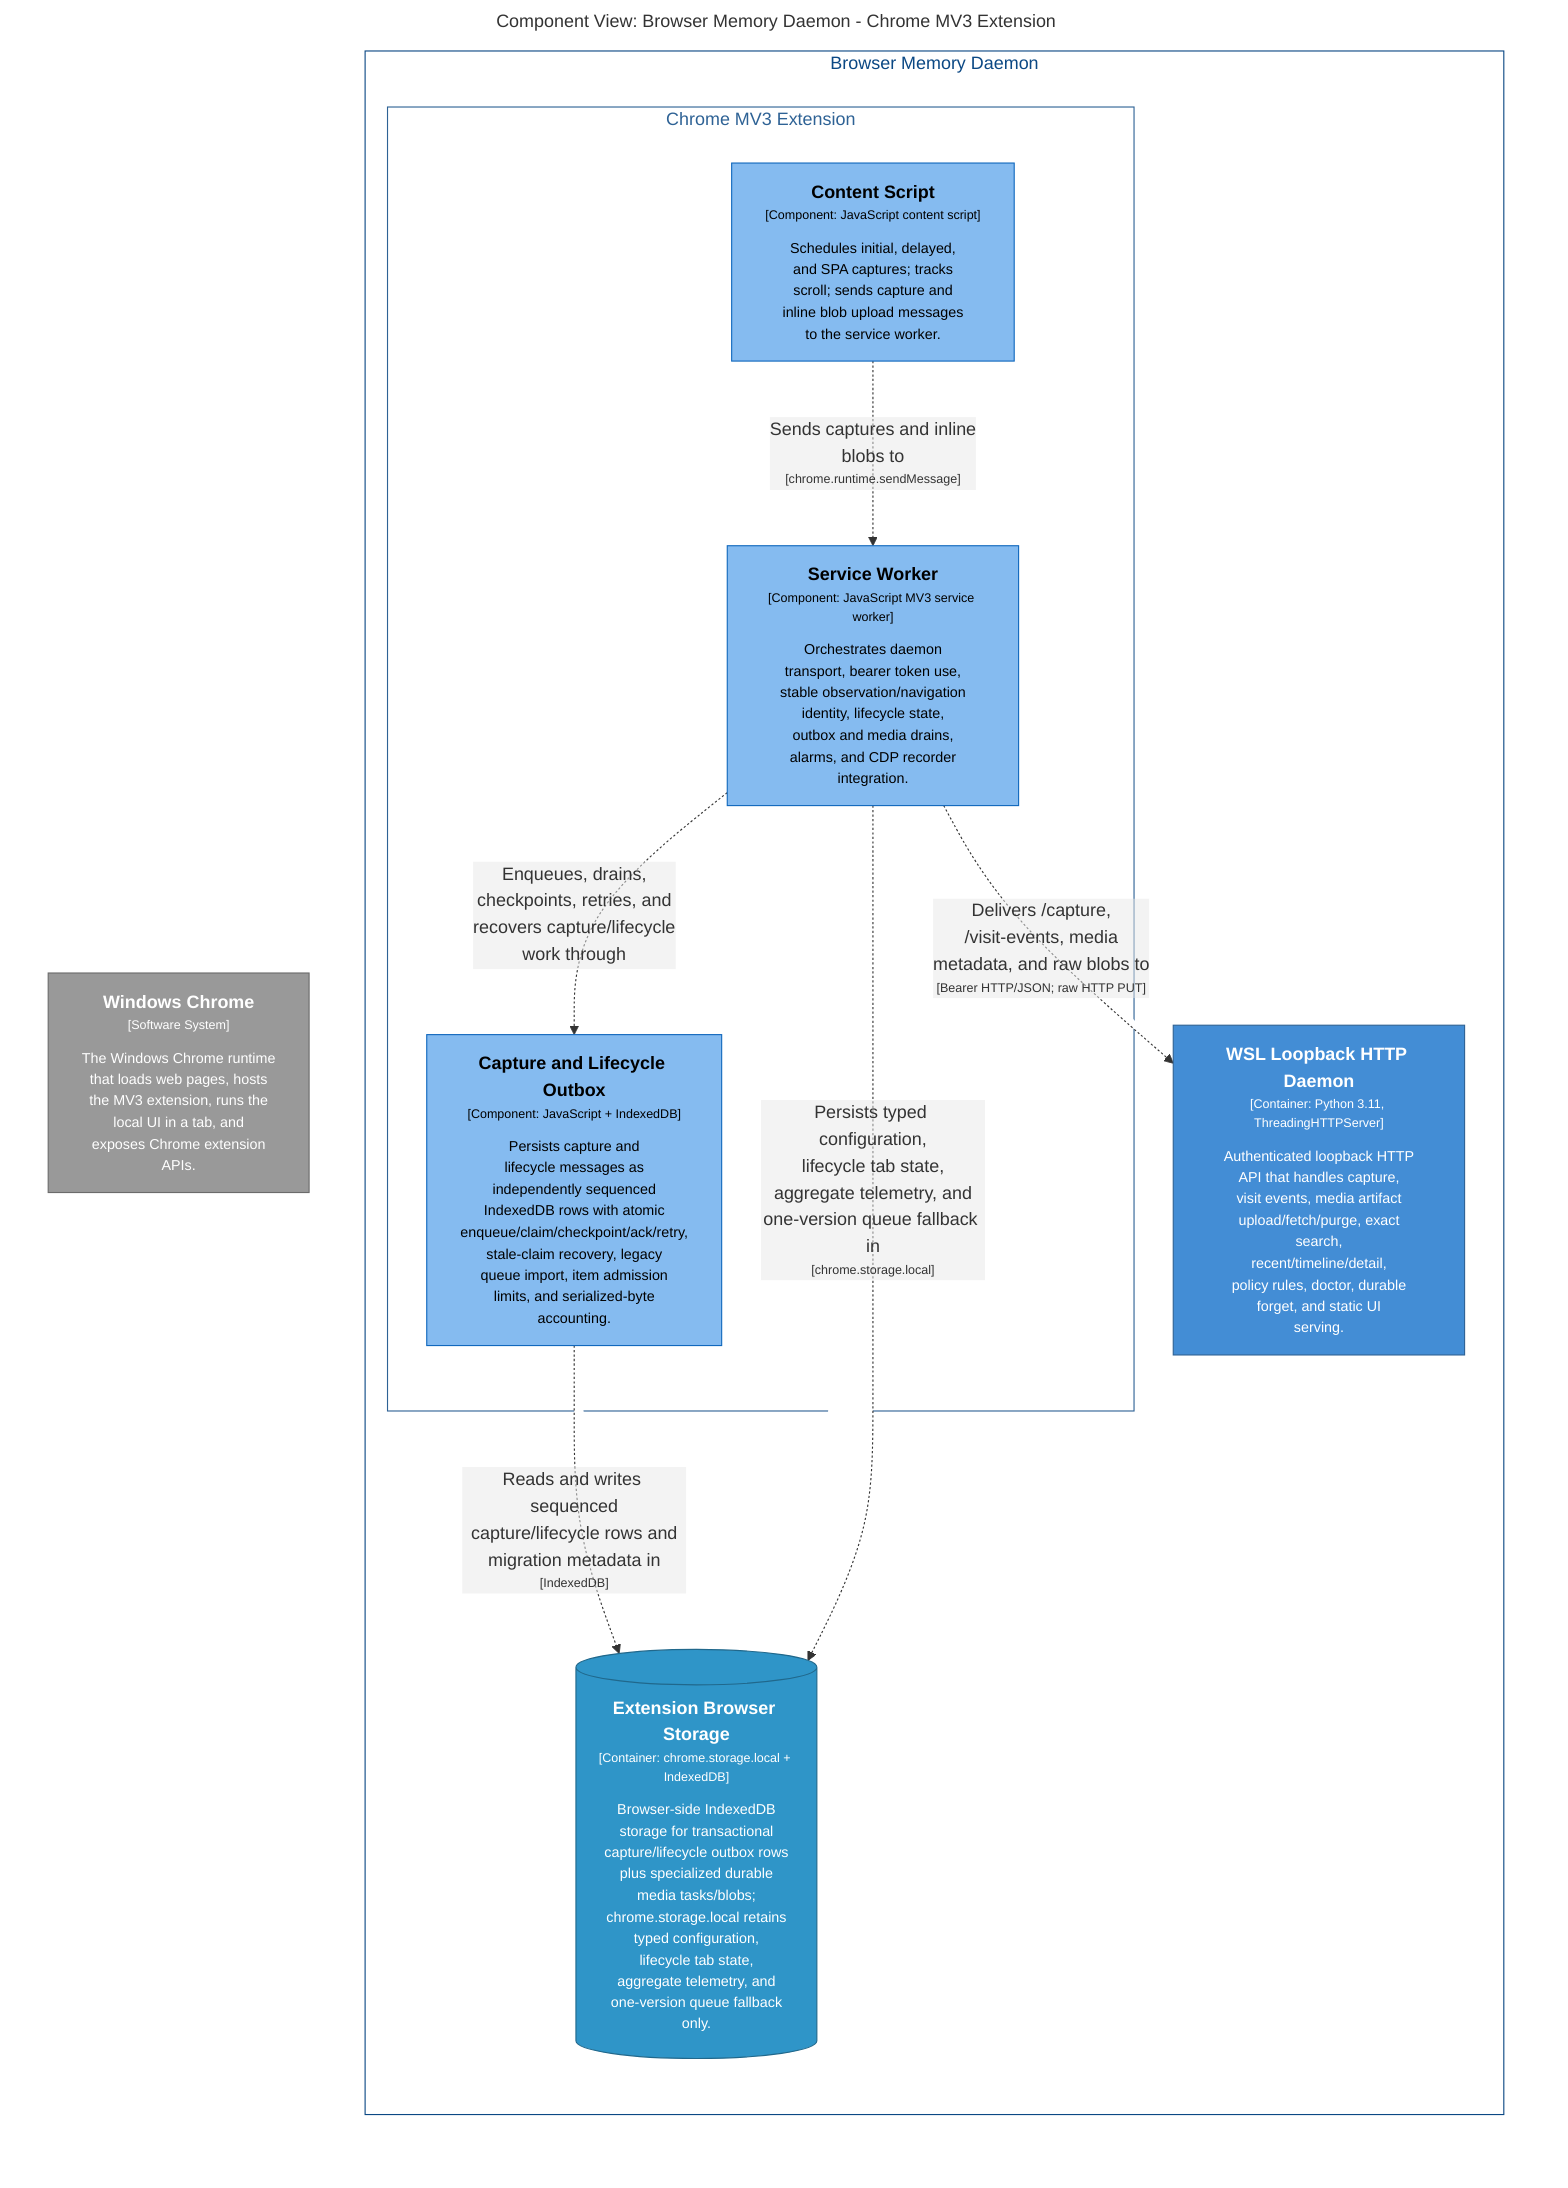
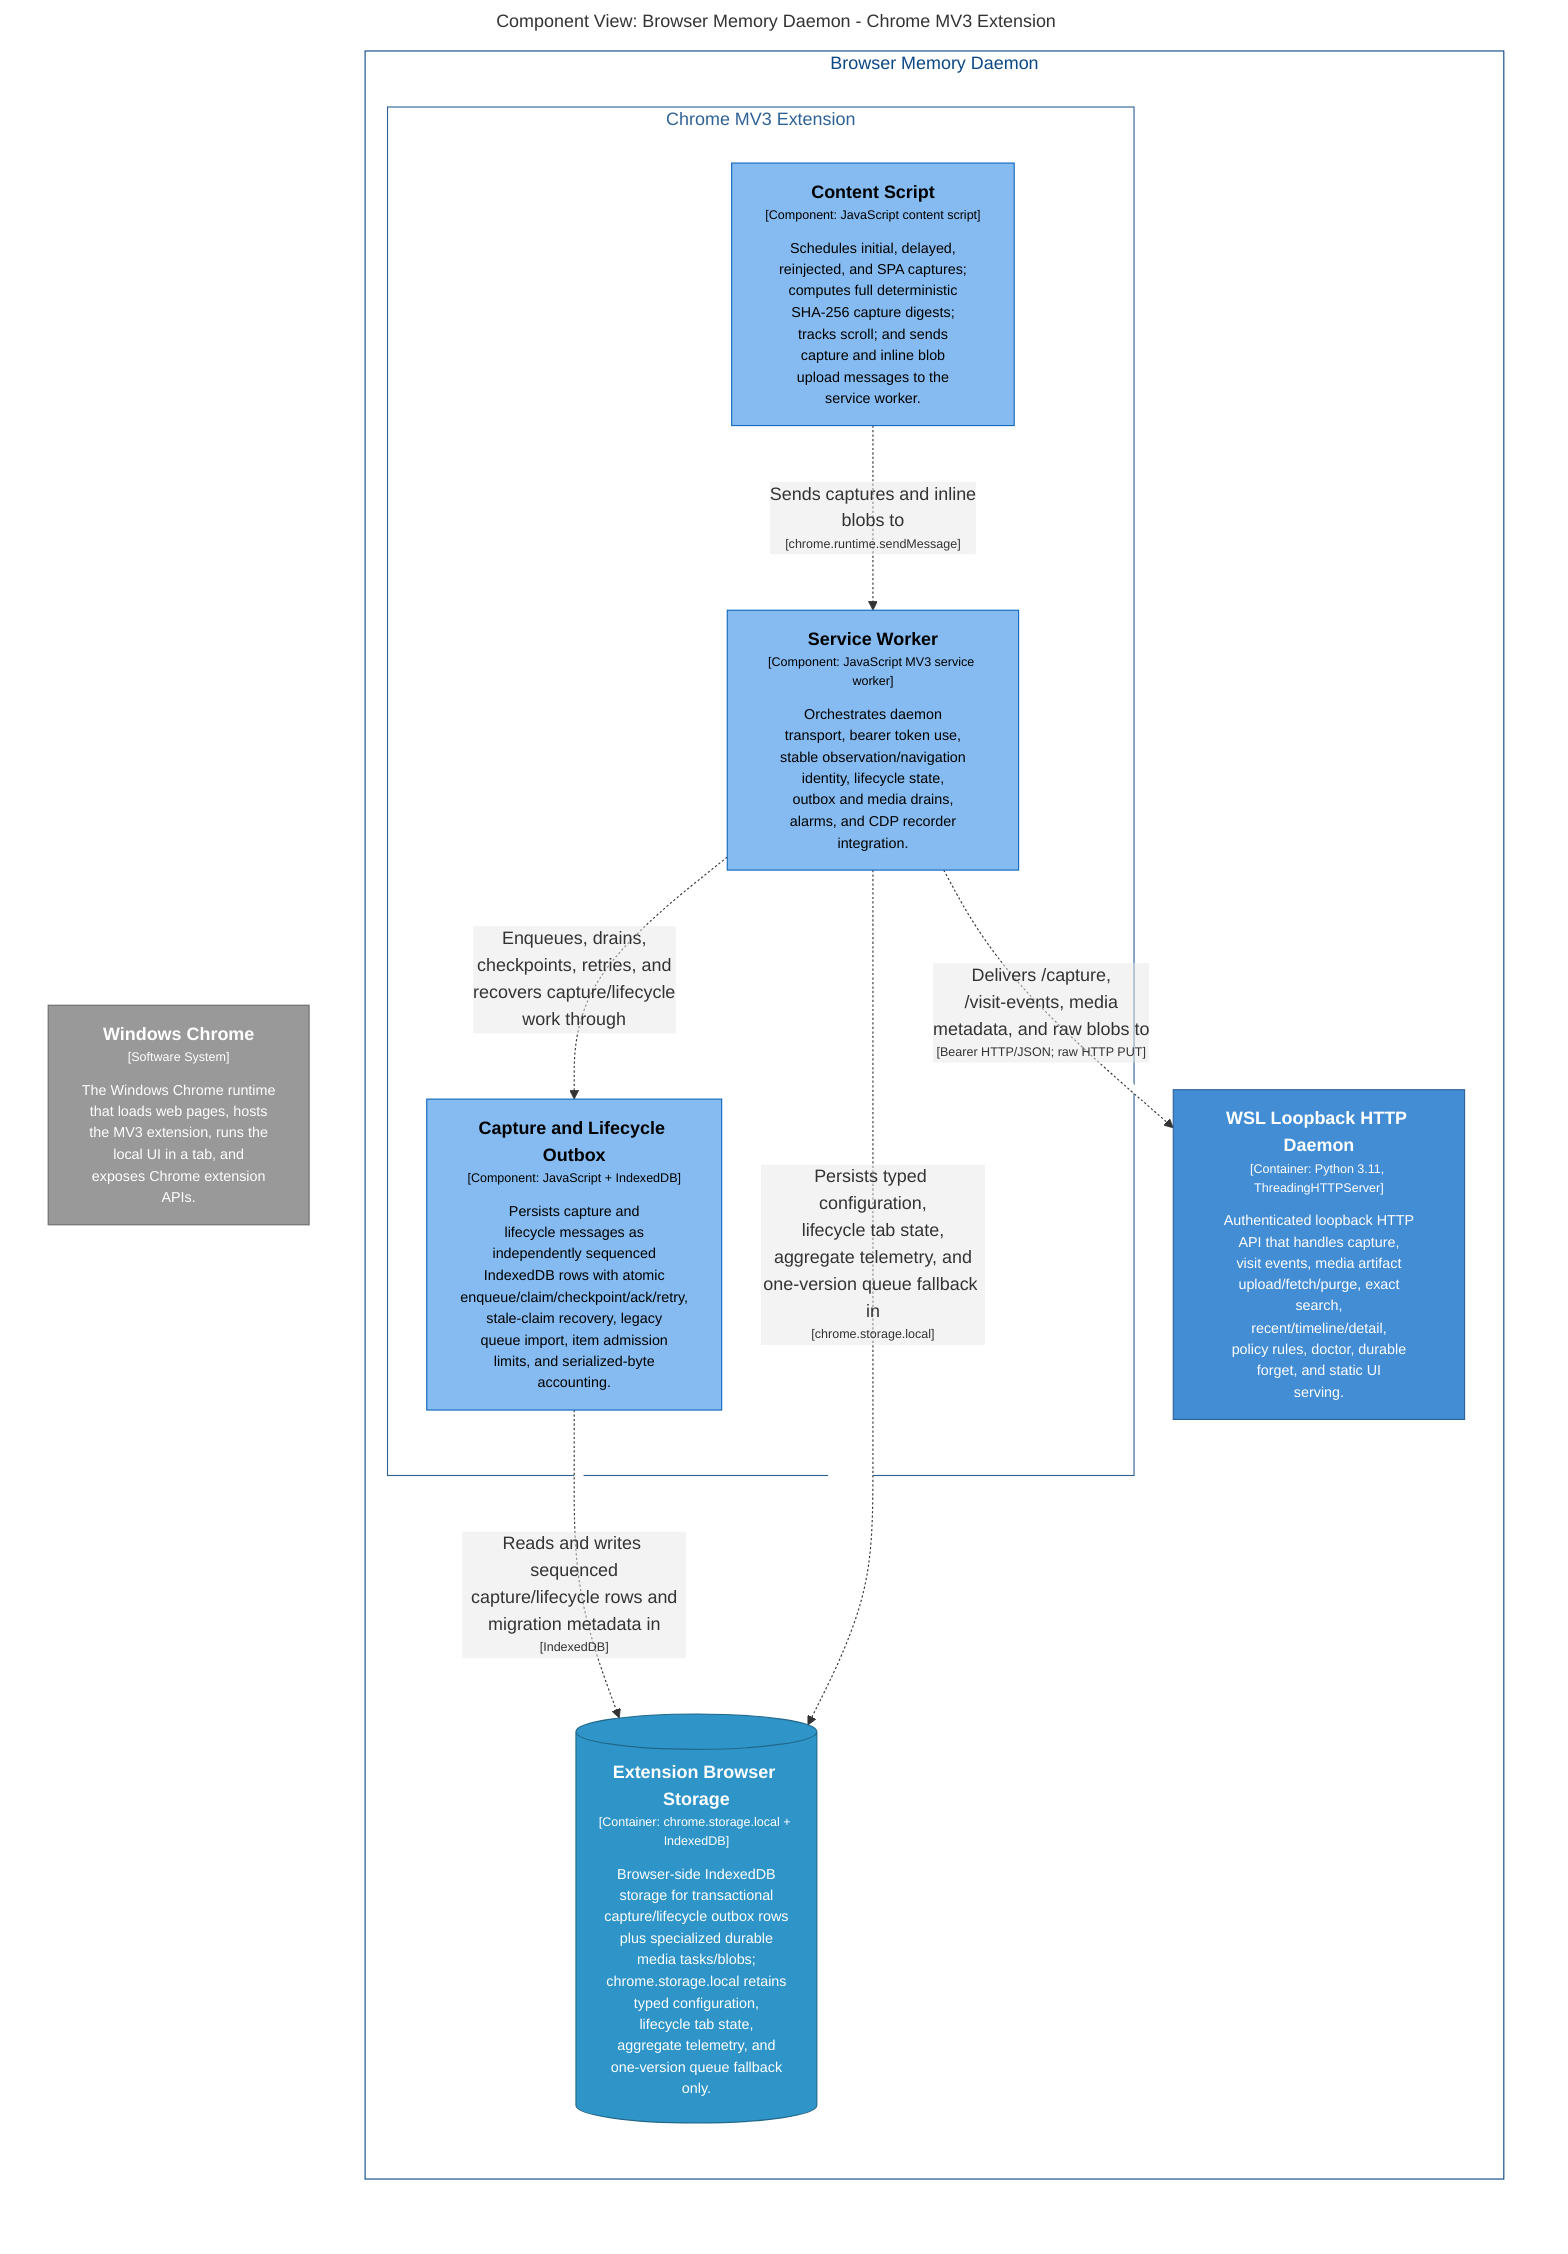
graph LR
  linkStyle default fill:#ffffff

  subgraph diagram ["Component View: Browser Memory Daemon - Chrome MV3 Extension"]
    style diagram fill:#ffffff,stroke:#ffffff

    2["<div style='font-weight: bold'>Windows Chrome</div><div style='font-size: 70%; margin-top: 0px'>[Software System]</div><div style='font-size: 80%; margin-top:10px'>The Windows Chrome runtime<br />that loads web pages, hosts<br />the MV3 extension, runs the<br />local UI in a tab, and<br />exposes Chrome extension<br />APIs.</div>"]
    style 2 fill:#999999,stroke:#6b6b6b,color:#ffffff

    subgraph 4 ["Browser Memory Daemon"]
      style 4 fill:#ffffff,stroke:#0b4884,color:#0b4884

      subgraph 5 ["Chrome MV3 Extension"]
        style 5 fill:#ffffff,stroke:#2e6295,color:#2e6295

        10["<div style='font-weight: bold'>Capture and Lifecycle Outbox</div><div style='font-size: 70%; margin-top: 0px'>[Component: JavaScript + IndexedDB]</div><div style='font-size: 80%; margin-top:10px'>Persists capture and<br />lifecycle messages as<br />independently sequenced<br />IndexedDB rows with atomic<br />enqueue/claim/checkpoint/ack/retry,<br />stale-claim recovery, legacy<br />queue import, item admission<br />limits, and serialized-byte<br />accounting.</div>"]
        style 10 fill:#85bbf0,stroke:#1168bd,color:#000000
-         8["<div style='font-weight: bold'>Content Script</div><div style='font-size: 70%; margin-top: 0px'>[Component: JavaScript content script]</div><div style='font-size: 80%; margin-top:10px'>Schedules initial, delayed,<br />and SPA captures; tracks<br />scroll; sends capture and<br />inline blob upload messages<br />to the service worker.</div>"]
+         8["<div style='font-weight: bold'>Content Script</div><div style='font-size: 70%; margin-top: 0px'>[Component: JavaScript content script]</div><div style='font-size: 80%; margin-top:10px'>Schedules initial, delayed,<br />reinjected, and SPA captures;<br />computes full deterministic<br />SHA-256 capture digests;<br />tracks scroll; and sends<br />capture and inline blob<br />upload messages to the<br />service worker.</div>"]
        style 8 fill:#85bbf0,stroke:#1168bd,color:#000000
        9["<div style='font-weight: bold'>Service Worker</div><div style='font-size: 70%; margin-top: 0px'>[Component: JavaScript MV3 service worker]</div><div style='font-size: 80%; margin-top:10px'>Orchestrates daemon<br />transport, bearer token use,<br />stable observation/navigation<br />identity, lifecycle state,<br />outbox and media drains,<br />alarms, and CDP recorder<br />integration.</div>"]
        style 9 fill:#85bbf0,stroke:#1168bd,color:#000000
      end

      14[("<div style='font-weight: bold'>Extension Browser Storage</div><div style='font-size: 70%; margin-top: 0px'>[Container: chrome.storage.local + IndexedDB]</div><div style='font-size: 80%; margin-top:10px'>Browser-side IndexedDB<br />storage for transactional<br />capture/lifecycle outbox rows<br />plus specialized durable<br />media tasks/blobs;<br />chrome.storage.local retains<br />typed configuration,<br />lifecycle tab state,<br />aggregate telemetry, and<br />one-version queue fallback<br />only.</div>")]
      style 14 fill:#2f95c8,stroke:#20688c,color:#ffffff
      15["<div style='font-weight: bold'>WSL Loopback HTTP Daemon</div><div style='font-size: 70%; margin-top: 0px'>[Container: Python 3.11, ThreadingHTTPServer]</div><div style='font-size: 80%; margin-top:10px'>Authenticated loopback HTTP<br />API that handles capture,<br />visit events, media artifact<br />upload/fetch/purge, exact<br />search,<br />recent/timeline/detail,<br />policy rules, doctor, durable<br />forget, and static UI<br />serving.</div>"]
      style 15 fill:#438dd5,stroke:#2e6295,color:#ffffff
    end

    8-. "<div>Sends captures and inline<br />blobs to</div><div style='font-size: 70%'>[chrome.runtime.sendMessage]</div>" .->9
    9-. "<div>Enqueues, drains,<br />checkpoints, retries, and<br />recovers capture/lifecycle<br />work through</div><div style='font-size: 70%'></div>" .->10
    10-. "<div>Reads and writes sequenced<br />capture/lifecycle rows and<br />migration metadata in</div><div style='font-size: 70%'>[IndexedDB]</div>" .->14
    9-. "<div>Persists typed configuration,<br />lifecycle tab state,<br />aggregate telemetry, and<br />one-version queue fallback in</div><div style='font-size: 70%'>[chrome.storage.local]</div>" .->14
    9-. "<div>Delivers /capture,<br />/visit-events, media<br />metadata, and raw blobs to</div><div style='font-size: 70%'>[Bearer HTTP/JSON; raw HTTP PUT]</div>" .->15

  end